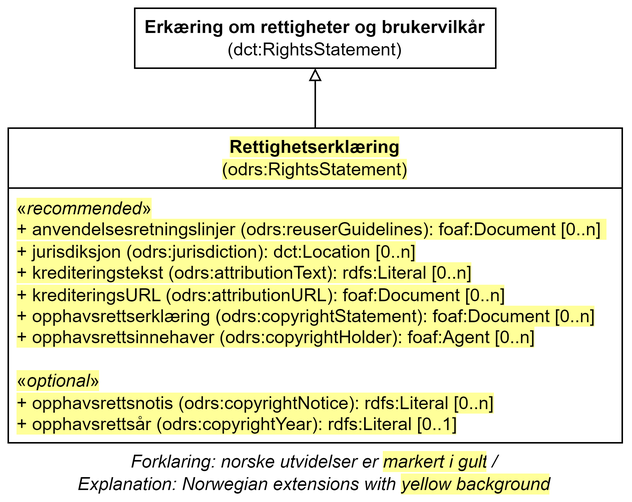
Above: docs/images/Klassen-Rettighetserklæring.png in Informasjonsforvaltning/dcat-ap-no (draw.io), before the change. Source tidied: cells renumbered, new cells last; positions are measured from the earlier drawing's top-left corner, leaving out a move shared by most shapes.
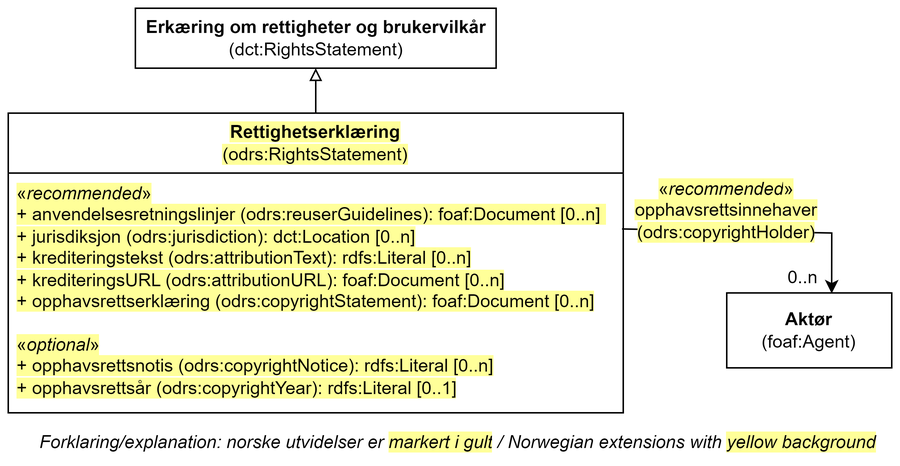
The same diagram one commit later.

Commit message:
Oppdaterer Rettighetserklæring

Change to the diagram source:
```diff
@@ -3,19 +3,35 @@
     <mxCell id="0" />
     <mxCell id="1" parent="0" />
     <mxCell id="2" value="&lt;span style=&quot;background-color: rgb(255, 255, 153);&quot;&gt;Rettighetserklæring&lt;br&gt;&lt;span style=&quot;font-weight: normal;&quot;&gt;(odrs:RightsStatement)&lt;/span&gt;&lt;/span&gt;" style="swimlane;whiteSpace=wrap;html=1;startSize=40;" parent="1" vertex="1">
-      <mxGeometry y="80" width="409" height="210" as="geometry" />
+      <mxGeometry y="80" width="410" height="200" as="geometry" />
     </mxCell>
-    <mxCell id="3" value="&lt;div&gt;&lt;span style=&quot;background-color: rgb(255, 255, 153);&quot;&gt;«&lt;i style=&quot;&quot;&gt;recommended&lt;/i&gt;»&lt;/span&gt;&lt;/div&gt;&lt;div&gt;&lt;span style=&quot;background-color: rgb(255, 255, 153);&quot;&gt;+&amp;nbsp;anvendelsesretningslinjer (odrs:reuserGuidelines):&amp;nbsp;foaf:Document&amp;nbsp;[0..n]&amp;nbsp;&lt;br&gt;&lt;/span&gt;&lt;/div&gt;&lt;div&gt;&lt;span style=&quot;background-color: rgb(255, 255, 153);&quot;&gt;+&amp;nbsp;jurisdiksjon (odrs:jurisdiction): dct:Location [0..n]&lt;/span&gt;&lt;/div&gt;&lt;div&gt;&lt;span style=&quot;background-color: rgb(255, 255, 153);&quot;&gt;+&amp;nbsp;krediteringstekst (odrs:attributionText): rdfs:Literal [0..n]&lt;/span&gt;&lt;/div&gt;&lt;div&gt;&lt;span style=&quot;background-color: rgb(255, 255, 153);&quot;&gt;+&amp;nbsp;krediteringsURL (odrs:attributionURL):&amp;nbsp;foaf:Document [0..n]&lt;/span&gt;&lt;/div&gt;&lt;div style=&quot;border-color: var(--border-color);&quot;&gt;&lt;span style=&quot;background-color: rgb(255, 255, 153);&quot;&gt;+ opphavsrettserklæring (odrs:copyrightStatement): foaf:Document [0..n]&lt;br style=&quot;border-color: var(--border-color);&quot;&gt;&lt;/span&gt;&lt;/div&gt;&lt;div&gt;&lt;span style=&quot;background-color: rgb(255, 255, 153);&quot;&gt;+ opphavsrettsinnehaver (odrs:copyrightHolder): foaf:Agent [0..n]&lt;br&gt;&lt;/span&gt;&lt;/div&gt;&lt;div&gt;&lt;br&gt;&lt;/div&gt;&lt;div&gt;&lt;span style=&quot;background-color: rgb(255, 255, 153);&quot;&gt;«&lt;i style=&quot;border-color: var(--border-color);&quot;&gt;optional&lt;/i&gt;»&lt;br&gt;&lt;/span&gt;&lt;/div&gt;&lt;div&gt;&lt;span style=&quot;background-color: rgb(255, 255, 153);&quot;&gt;+ opphavsrettsnotis (odrs:copyrightNotice): rdfs:Literal [0..n]&lt;br&gt;&lt;/span&gt;&lt;/div&gt;&lt;div&gt;&lt;span style=&quot;background-color: rgb(255, 255, 153);&quot;&gt;+ opphavsrettsår (odrs:copyrightYear): rdfs:Literal [0..1]&lt;/span&gt;&lt;br&gt;&lt;/div&gt;" style="text;strokeColor=none;fillColor=none;align=left;verticalAlign=top;spacingLeft=4;spacingRight=4;overflow=hidden;points=[[0,0.5],[1,0.5]];portConstraint=eastwest;whiteSpace=wrap;html=1;" parent="2" vertex="1">
-      <mxGeometry y="40" width="410" height="170" as="geometry" />
+    <mxCell id="3" value="&lt;div&gt;&lt;span style=&quot;background-color: rgb(255, 255, 153);&quot;&gt;«&lt;i style=&quot;&quot;&gt;recommended&lt;/i&gt;»&lt;/span&gt;&lt;/div&gt;&lt;div&gt;&lt;span style=&quot;background-color: rgb(255, 255, 153);&quot;&gt;+&amp;nbsp;anvendelsesretningslinjer (odrs:reuserGuidelines):&amp;nbsp;foaf:Document&amp;nbsp;[0..n]&amp;nbsp;&lt;br&gt;&lt;/span&gt;&lt;/div&gt;&lt;div&gt;&lt;span style=&quot;background-color: rgb(255, 255, 153);&quot;&gt;+&amp;nbsp;jurisdiksjon (odrs:jurisdiction): dct:Location [0..n]&lt;/span&gt;&lt;/div&gt;&lt;div&gt;&lt;span style=&quot;background-color: rgb(255, 255, 153);&quot;&gt;+&amp;nbsp;krediteringstekst (odrs:attributionText): rdfs:Literal [0..n]&lt;/span&gt;&lt;/div&gt;&lt;div&gt;&lt;span style=&quot;background-color: rgb(255, 255, 153);&quot;&gt;+&amp;nbsp;krediteringsURL (odrs:attributionURL):&amp;nbsp;foaf:Document [0..n]&lt;/span&gt;&lt;/div&gt;&lt;div style=&quot;border-color: var(--border-color);&quot;&gt;&lt;span style=&quot;background-color: rgb(255, 255, 153);&quot;&gt;+ opphavsrettserklæring (odrs:copyrightStatement): foaf:Document [0..n]&lt;br style=&quot;border-color: var(--border-color);&quot;&gt;&lt;/span&gt;&lt;/div&gt;&lt;div&gt;&lt;br&gt;&lt;/div&gt;&lt;div&gt;&lt;span style=&quot;background-color: rgb(255, 255, 153);&quot;&gt;«&lt;i style=&quot;border-color: var(--border-color);&quot;&gt;optional&lt;/i&gt;»&lt;br&gt;&lt;/span&gt;&lt;/div&gt;&lt;div&gt;&lt;span style=&quot;background-color: rgb(255, 255, 153);&quot;&gt;+ opphavsrettsnotis (odrs:copyrightNotice): rdfs:Literal [0..n]&lt;br&gt;&lt;/span&gt;&lt;/div&gt;&lt;div&gt;&lt;span style=&quot;background-color: rgb(255, 255, 153);&quot;&gt;+ opphavsrettsår (odrs:copyrightYear): rdfs:Literal [0..1]&lt;/span&gt;&lt;br&gt;&lt;/div&gt;" style="text;strokeColor=none;fillColor=none;align=left;verticalAlign=top;spacingLeft=4;spacingRight=4;overflow=hidden;points=[[0,0.5],[1,0.5]];portConstraint=eastwest;whiteSpace=wrap;html=1;" parent="2" vertex="1">
+      <mxGeometry y="40" width="410" height="160" as="geometry" />
     </mxCell>
-    <mxCell id="4" value="Forklaring: norske utvidelser er&amp;nbsp;&lt;span style=&quot;background-color: rgb(255, 255, 153);&quot;&gt;markert i gult&lt;/span&gt;&lt;span style=&quot;background-color: rgb(255 , 255 , 255)&quot;&gt;&amp;nbsp;/ &lt;br&gt;&lt;/span&gt;Explanation:&amp;nbsp;&lt;span style=&quot;background-color: rgb(255 , 255 , 255)&quot;&gt;Norwegian extensions with &lt;/span&gt;&lt;span style=&quot;background-color: rgb(255, 255, 153);&quot;&gt;yellow background&lt;/span&gt;" style="text;html=1;strokeColor=none;fillColor=none;align=center;verticalAlign=middle;whiteSpace=wrap;rounded=0;fontStyle=2;" parent="1" vertex="1">
-      <mxGeometry x="9" y="300" width="390" height="20" as="geometry" />
+    <mxCell id="4" value="Forklaring/explanation: norske utvidelser er&amp;nbsp;&lt;span style=&quot;background-color: rgb(255, 255, 153);&quot;&gt;markert i gult&lt;/span&gt;&lt;span style=&quot;background-color: rgb(255 , 255 , 255)&quot;&gt;&amp;nbsp;/&amp;nbsp;&lt;/span&gt;&lt;span style=&quot;background-color: rgb(255 , 255 , 255)&quot;&gt;Norwegian extensions with &lt;/span&gt;&lt;span style=&quot;background-color: rgb(255, 255, 153);&quot;&gt;yellow background&lt;/span&gt;" style="text;html=1;strokeColor=none;fillColor=none;align=center;verticalAlign=middle;whiteSpace=wrap;rounded=0;fontStyle=2;" parent="1" vertex="1">
+      <mxGeometry x="9.5" y="290" width="579.5" height="20" as="geometry" />
     </mxCell>
     <mxCell id="5" value="&lt;b&gt;Erkæring om rettigheter og brukervilkår&lt;/b&gt;&lt;br&gt;(dct:RightsStatement)" style="html=1;whiteSpace=wrap;" parent="1" vertex="1">
-      <mxGeometry x="84.2" width="240.5" height="40" as="geometry" />
+      <mxGeometry x="84.8" y="10" width="240.5" height="40" as="geometry" />
     </mxCell>
     <mxCell id="6" style="endArrow=block;html=1;rounded=0;exitX=0.5;exitY=0;exitDx=0;exitDy=0;entryX=0.5;entryY=1;entryDx=0;entryDy=0;endFill=0;" parent="1" edge="1" source="2" target="5">
       <mxGeometry relative="1" as="geometry" />
     </mxCell>
+    <mxCell id="7" value="&lt;b&gt;Aktør&lt;/b&gt;&lt;br&gt;(foaf:Agent)" style="html=1;whiteSpace=wrap;" parent="1" vertex="1">
+      <mxGeometry x="479" y="200" width="110" height="50" as="geometry" />
+    </mxCell>
+    <mxCell id="8" style="endArrow=classic;html=1;rounded=0;entryX=0.636;entryY=0.007;entryDx=0;entryDy=0;exitX=0.998;exitY=0.233;exitDx=0;exitDy=0;exitPerimeter=0;entryPerimeter=0;" parent="1" edge="1" source="3" target="7">
+      <mxGeometry relative="1" as="geometry">
+        <Array as="points">
+          <mxPoint x="549" y="160" />
+        </Array>
+      </mxGeometry>
+    </mxCell>
+    <mxCell id="9" value="&lt;span style=&quot;text-align: left; background-color: rgb(255, 255, 153);&quot;&gt;«&lt;/span&gt;&lt;i style=&quot;text-align: left; background-color: rgb(255, 255, 153);&quot;&gt;recommended&lt;/i&gt;&lt;span style=&quot;text-align: left; background-color: rgb(255, 255, 153);&quot;&gt;»&lt;/span&gt;&lt;br&gt;&lt;span style=&quot;color: rgb(0, 0, 0); font-family: Helvetica; font-size: 12px; font-style: normal; font-variant-ligatures: normal; font-variant-caps: normal; font-weight: 400; letter-spacing: normal; orphans: 2; text-align: left; text-indent: 0px; text-transform: none; widows: 2; word-spacing: 0px; -webkit-text-stroke-width: 0px; white-space: normal; background-color: rgb(255, 255, 153); text-decoration-thickness: initial; text-decoration-style: initial; text-decoration-color: initial; display: inline !important; float: none;&quot;&gt;opphavsrettsinnehaver (odrs:copyrightHolder)&lt;/span&gt;" style="text;html=1;align=center;verticalAlign=middle;whiteSpace=wrap;rounded=0;" parent="1" vertex="1">
+      <mxGeometry x="449" y="130" width="60" height="30" as="geometry" />
+    </mxCell>
+    <mxCell id="10" value="0..n" style="text;html=1;align=center;verticalAlign=middle;whiteSpace=wrap;rounded=0;" parent="1" vertex="1">
+      <mxGeometry x="515" y="180" width="30" height="20" as="geometry" />
+    </mxCell>
   </root>
 </mxGraphModel>
```
